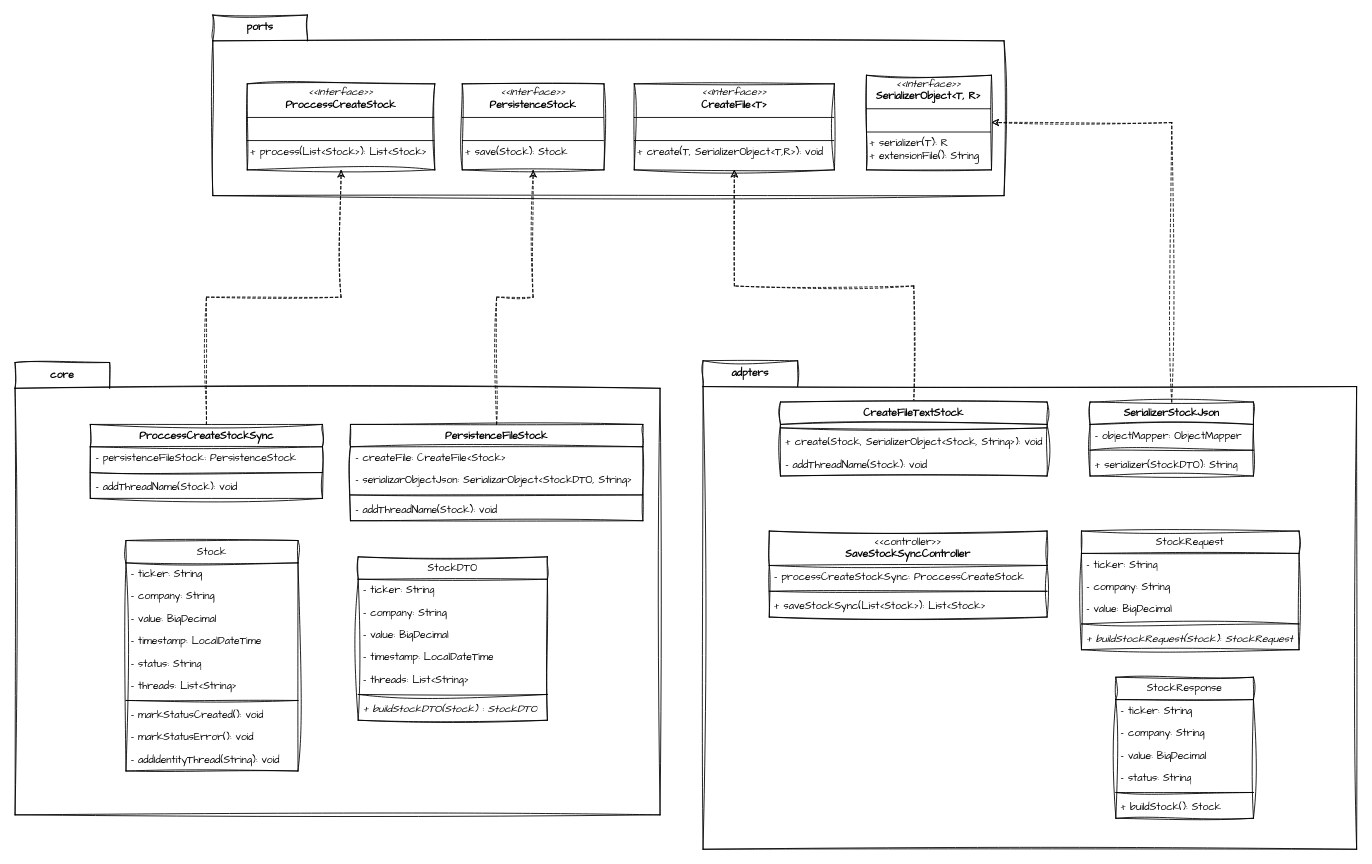
Earlier version of the draw.io diagram page "class" (2 of 2) of design/diagram.drawio (brgilsonsp/file-ticker-async). Source tidied: cells renumbered, new cells numbered last; positions are measured from the earlier drawing's top-left corner, leaving out a move shared by most shapes. Both pictures are drawn from the tidied source at 86%, with x=0, y=0 at pixel (15, 15).
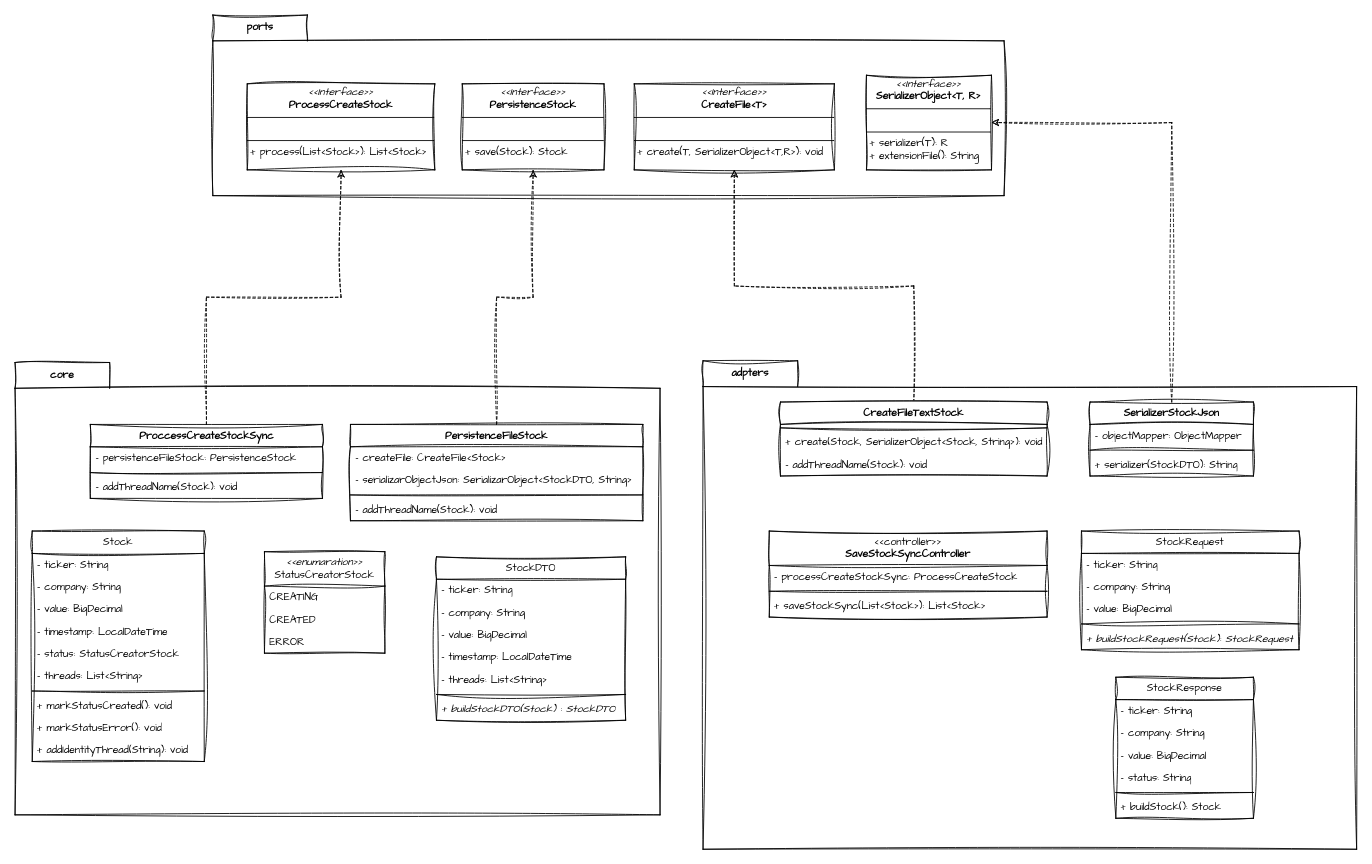
The same diagram, later.

Unchanged cells that the change refers to:
```xml
<mxCell id="3" value="&lt;span style=&quot;font-weight: normal;&quot;&gt;&amp;lt;&amp;lt;controller&amp;gt;&amp;gt;&lt;/span&gt;&lt;div&gt;SaveStockSyncController&lt;/div&gt;" style="swimlane;fontStyle=1;align=center;verticalAlign=top;horizontal=1;startSize=40;whiteSpace=wrap;html=1;sketch=1;hachureGap=4;jiggle=2;curveFitting=1;fontFamily=Architects Daughter;" parent="2" vertex="1">
  <mxGeometry x="77" y="198" width="323" height="100" as="geometry" />
</mxCell>
<mxCell id="24" value="core" style="shape=folder;fontStyle=1;tabWidth=110;tabHeight=30;tabPosition=left;html=1;boundedLbl=1;labelInHeader=1;whiteSpace=wrap;sketch=1;hachureGap=4;jiggle=2;curveFitting=1;fontFamily=Architects Daughter;" parent="1" vertex="1">
  <mxGeometry y="404" width="750" height="526" as="geometry" />
</mxCell>
<mxCell id="44" value="ports" style="shape=folder;fontStyle=1;tabWidth=110;tabHeight=30;tabPosition=left;html=1;boundedLbl=1;labelInHeader=1;whiteSpace=wrap;sketch=1;hachureGap=4;jiggle=2;curveFitting=1;fontFamily=Architects Daughter;" parent="1" vertex="1">
  <mxGeometry x="230" width="920" height="210" as="geometry" />
</mxCell>
```

Change to the diagram source:
```diff
@@
-    <mxCell id="4" value="- processCreateStockSync: ProccessCreateStock" style="text;strokeColor=none;fillColor=none;align=left;verticalAlign=top;spacingLeft=4;spacingRight=4;overflow=hidden;whiteSpace=wrap;html=1;fontFamily=Architects Daughter;" parent="3" vertex="1">
+    <mxCell id="4" value="- processCreateStockSync: ProcessCreateStock" style="text;strokeColor=none;fillColor=none;align=left;verticalAlign=top;spacingLeft=4;spacingRight=4;overflow=hidden;whiteSpace=wrap;html=1;fontFamily=Architects Daughter;" parent="3" vertex="1">
       <mxGeometry y="40" width="323" height="26" as="geometry" />
     </mxCell>
@@
     <mxCell id="25" value="&lt;span style=&quot;font-weight: 400;&quot;&gt;StockDTO&lt;/span&gt;" style="swimlane;fontStyle=1;align=center;verticalAlign=top;horizontal=1;startSize=26;whiteSpace=wrap;html=1;sketch=1;hachureGap=4;jiggle=2;curveFitting=1;fontFamily=Architects Daughter;" parent="24" vertex="1">
-      <mxGeometry x="399" y="226" width="220" height="190" as="geometry" />
+      <mxGeometry x="490" y="226" width="220" height="190" as="geometry" />
     </mxCell>
@@
     <mxCell id="33" value="&lt;span style=&quot;font-weight: 400;&quot;&gt;Stock&lt;/span&gt;" style="swimlane;fontStyle=1;align=center;verticalAlign=top;horizontal=1;startSize=26;whiteSpace=wrap;html=1;sketch=1;hachureGap=4;jiggle=2;curveFitting=1;fontFamily=Architects Daughter;" parent="24" vertex="1">
-      <mxGeometry x="129" y="207" width="200" height="268" as="geometry" />
+      <mxGeometry x="20" y="196" width="200" height="268" as="geometry" />
     </mxCell>
@@
-    <mxCell id="38" value="- status: String" style="text;strokeColor=none;fillColor=none;align=left;verticalAlign=top;spacingLeft=4;spacingRight=4;overflow=hidden;whiteSpace=wrap;html=1;fontFamily=Architects Daughter;" parent="33" vertex="1">
+    <mxCell id="38" value="- status:&amp;nbsp;&lt;span style=&quot;text-align: center;&quot;&gt;StatusCreatorStock&lt;/span&gt;" style="text;strokeColor=none;fillColor=none;align=left;verticalAlign=top;spacingLeft=4;spacingRight=4;overflow=hidden;whiteSpace=wrap;html=1;fontFamily=Architects Daughter;" parent="33" vertex="1">
       <mxGeometry y="130" width="200" height="26" as="geometry" />
     </mxCell>
@@
-    <mxCell id="41" value="- markStatusCreated(): void" style="text;strokeColor=none;fillColor=none;align=left;verticalAlign=top;spacingLeft=4;spacingRight=4;overflow=hidden;whiteSpace=wrap;html=1;fontFamily=Architects Daughter;" parent="33" vertex="1">
+    <mxCell id="41" value="+ markStatusCreated(): void" style="text;strokeColor=none;fillColor=none;align=left;verticalAlign=top;spacingLeft=4;spacingRight=4;overflow=hidden;whiteSpace=wrap;html=1;fontFamily=Architects Daughter;" parent="33" vertex="1">
       <mxGeometry y="190" width="200" height="26" as="geometry" />
     </mxCell>
-    <mxCell id="42" value="- markStatusError(): void" style="text;strokeColor=none;fillColor=none;align=left;verticalAlign=top;spacingLeft=4;spacingRight=4;overflow=hidden;whiteSpace=wrap;html=1;fontFamily=Architects Daughter;" parent="33" vertex="1">
+    <mxCell id="42" value="+ markStatusError(): void" style="text;strokeColor=none;fillColor=none;align=left;verticalAlign=top;spacingLeft=4;spacingRight=4;overflow=hidden;whiteSpace=wrap;html=1;fontFamily=Architects Daughter;" parent="33" vertex="1">
       <mxGeometry y="216" width="200" height="26" as="geometry" />
     </mxCell>
-    <mxCell id="43" value="- addIdentityThread(String): void" style="text;strokeColor=none;fillColor=none;align=left;verticalAlign=top;spacingLeft=4;spacingRight=4;overflow=hidden;whiteSpace=wrap;html=1;fontFamily=Architects Daughter;" parent="33" vertex="1">
+    <mxCell id="43" value="+ addIdentityThread(String): void" style="text;strokeColor=none;fillColor=none;align=left;verticalAlign=top;spacingLeft=4;spacingRight=4;overflow=hidden;whiteSpace=wrap;html=1;fontFamily=Architects Daughter;" parent="33" vertex="1">
       <mxGeometry y="242" width="200" height="26" as="geometry" />
     </mxCell>
+    <mxCell id="66" value="&lt;i&gt;&amp;lt;&amp;lt;enumaration&amp;gt;&amp;gt;&lt;/i&gt;&lt;div&gt;StatusCreatorStock&lt;/div&gt;" style="swimlane;fontStyle=0;horizontal=1;startSize=40;fillColor=none;whiteSpace=wrap;html=1;sketch=1;hachureGap=4;jiggle=2;curveFitting=1;fontFamily=Architects Daughter;" parent="24" vertex="1">
+      <mxGeometry x="290" y="220" width="140" height="118" as="geometry" />
+    </mxCell>
+    <mxCell id="67" value="CREATING" style="text;strokeColor=none;fillColor=none;align=left;verticalAlign=top;spacingLeft=4;spacingRight=4;overflow=hidden;whiteSpace=wrap;html=1;fontFamily=Architects Daughter;" parent="66" vertex="1">
+      <mxGeometry y="40" width="140" height="26" as="geometry" />
+    </mxCell>
+    <mxCell id="68" value="CREATED" style="text;strokeColor=none;fillColor=none;align=left;verticalAlign=top;spacingLeft=4;spacingRight=4;overflow=hidden;whiteSpace=wrap;html=1;fontFamily=Architects Daughter;" parent="66" vertex="1">
+      <mxGeometry y="66" width="140" height="26" as="geometry" />
+    </mxCell>
+    <mxCell id="69" value="ERROR" style="text;strokeColor=none;fillColor=none;align=left;verticalAlign=top;spacingLeft=4;spacingRight=4;overflow=hidden;whiteSpace=wrap;html=1;fontFamily=Architects Daughter;" parent="66" vertex="1">
+      <mxGeometry y="92" width="140" height="26" as="geometry" />
+    </mxCell>
@@
-    <mxCell id="48" value="&lt;p style=&quot;margin:0px;margin-top:4px;text-align:center;&quot;&gt;&lt;i&gt;&amp;lt;&amp;lt;Interface&amp;gt;&amp;gt;&lt;/i&gt;&lt;br&gt;&lt;b&gt;ProccessCreateStock&lt;/b&gt;&lt;/p&gt;&lt;hr size=&quot;1&quot; style=&quot;border-style:solid;&quot;&gt;&lt;p style=&quot;margin:0px;margin-left:4px;&quot;&gt;&lt;br&gt;&lt;/p&gt;&lt;hr size=&quot;1&quot; style=&quot;border-style:solid;&quot;&gt;&lt;p style=&quot;margin:0px;margin-left:4px;&quot;&gt;+ process(List&amp;lt;Stock&amp;gt;): List&amp;lt;Stock&amp;gt;&lt;br&gt;&lt;/p&gt;" style="verticalAlign=top;align=left;overflow=fill;html=1;whiteSpace=wrap;sketch=1;hachureGap=4;jiggle=2;curveFitting=1;fontFamily=Architects Daughter;" parent="44" vertex="1">
+    <mxCell id="48" value="&lt;p style=&quot;margin:0px;margin-top:4px;text-align:center;&quot;&gt;&lt;i&gt;&amp;lt;&amp;lt;Interface&amp;gt;&amp;gt;&lt;/i&gt;&lt;br&gt;&lt;b&gt;ProcessCreateStock&lt;/b&gt;&lt;/p&gt;&lt;hr size=&quot;1&quot; style=&quot;border-style:solid;&quot;&gt;&lt;p style=&quot;margin:0px;margin-left:4px;&quot;&gt;&lt;br&gt;&lt;/p&gt;&lt;hr size=&quot;1&quot; style=&quot;border-style:solid;&quot;&gt;&lt;p style=&quot;margin:0px;margin-left:4px;&quot;&gt;+ process(List&amp;lt;Stock&amp;gt;): List&amp;lt;Stock&amp;gt;&lt;br&gt;&lt;/p&gt;" style="verticalAlign=top;align=left;overflow=fill;html=1;whiteSpace=wrap;sketch=1;hachureGap=4;jiggle=2;curveFitting=1;fontFamily=Architects Daughter;" parent="44" vertex="1">
       <mxGeometry x="40" y="80" width="218.1" height="100" as="geometry" />
     </mxCell>
```
